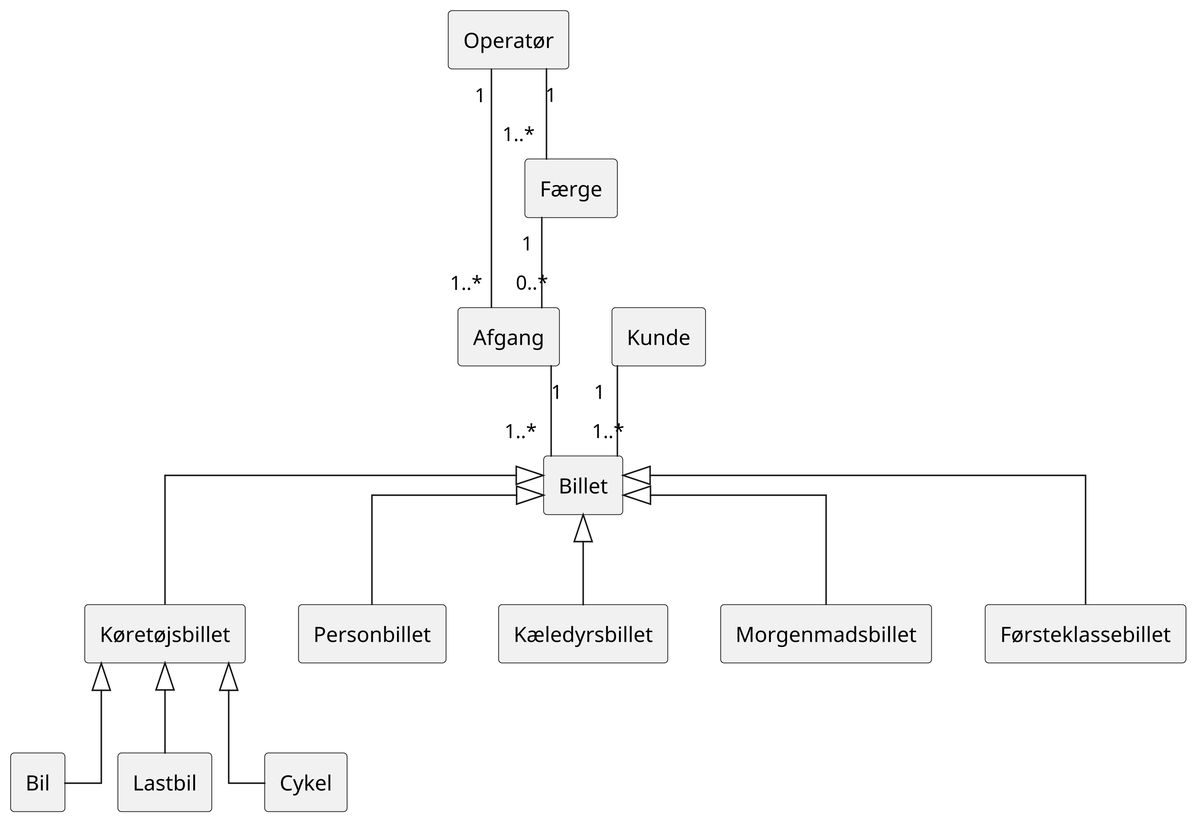
Above: public/domain_model.png in marc8193/H6PD080126 (PlantUML), before the change.
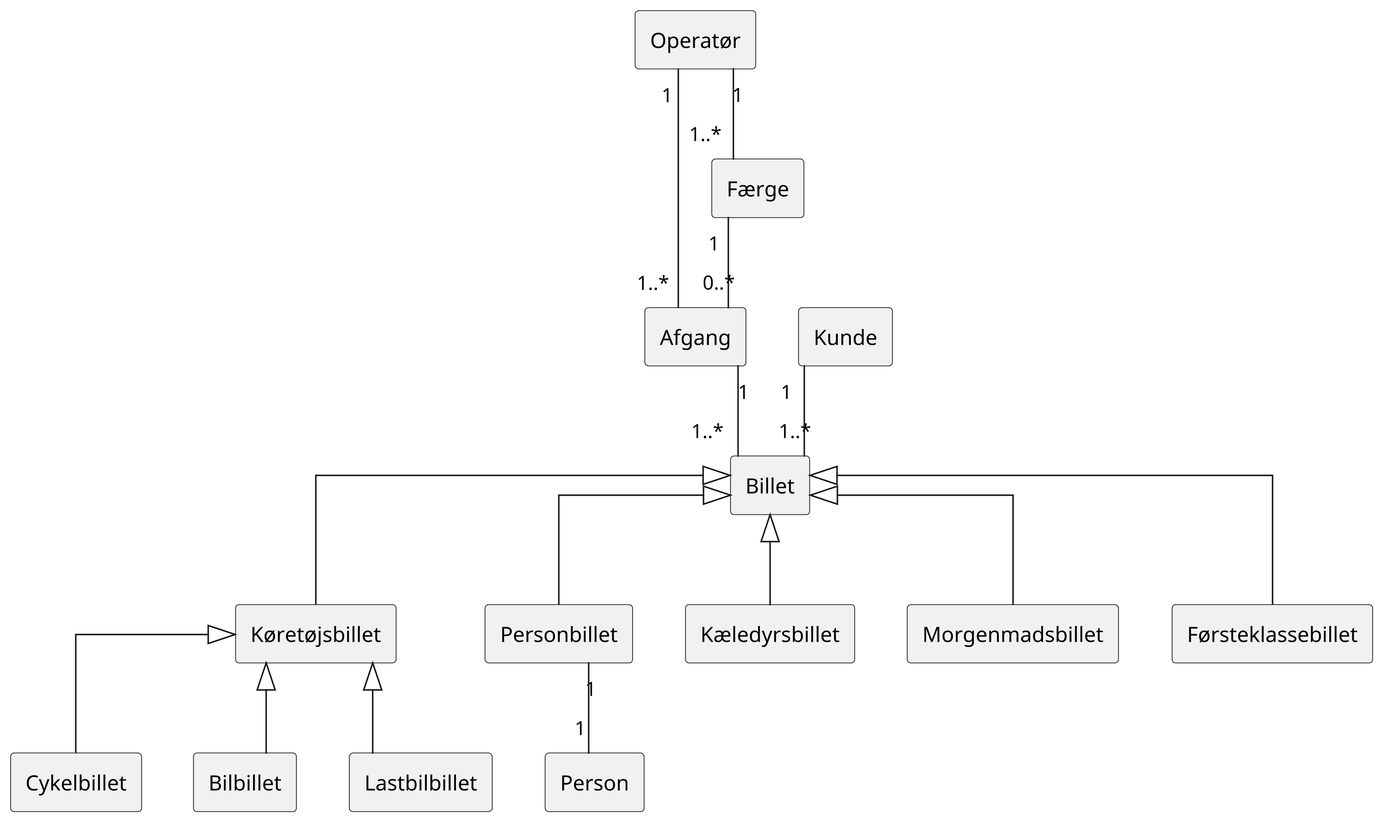
After the commit.

Commit message:
Forfin domænemodel

The edit, as a diff of the source:
```diff
@@ -15,9 +15,10 @@
 rectangle Morgenmadsbillet
 rectangle Førsteklassebillet
 rectangle Køretøjsbillet
-rectangle Bil
-rectangle Lastbil
-rectangle Cykel
+rectangle Cykelbillet
+rectangle Bilbillet
+rectangle Lastbilbillet
+rectangle Person
 
 Operatør "1" -- "1..*" Afgang
 Operatør "1" -- "1..*" Færge
@@ -33,8 +34,10 @@
 Førsteklassebillet -up-|> Billet
 Køretøjsbillet -up-|> Billet
 
-Cykel -up-|> Køretøjsbillet
-Bil -up-|> Køretøjsbillet
-Lastbil -up-|> Køretøjsbillet
+Personbillet "1" -- "1" Person
+
+Cykelbillet -up-|> Køretøjsbillet
+Bilbillet -up-|> Køretøjsbillet
+Lastbilbillet -up-|> Køretøjsbillet
 
 @enduml
```
